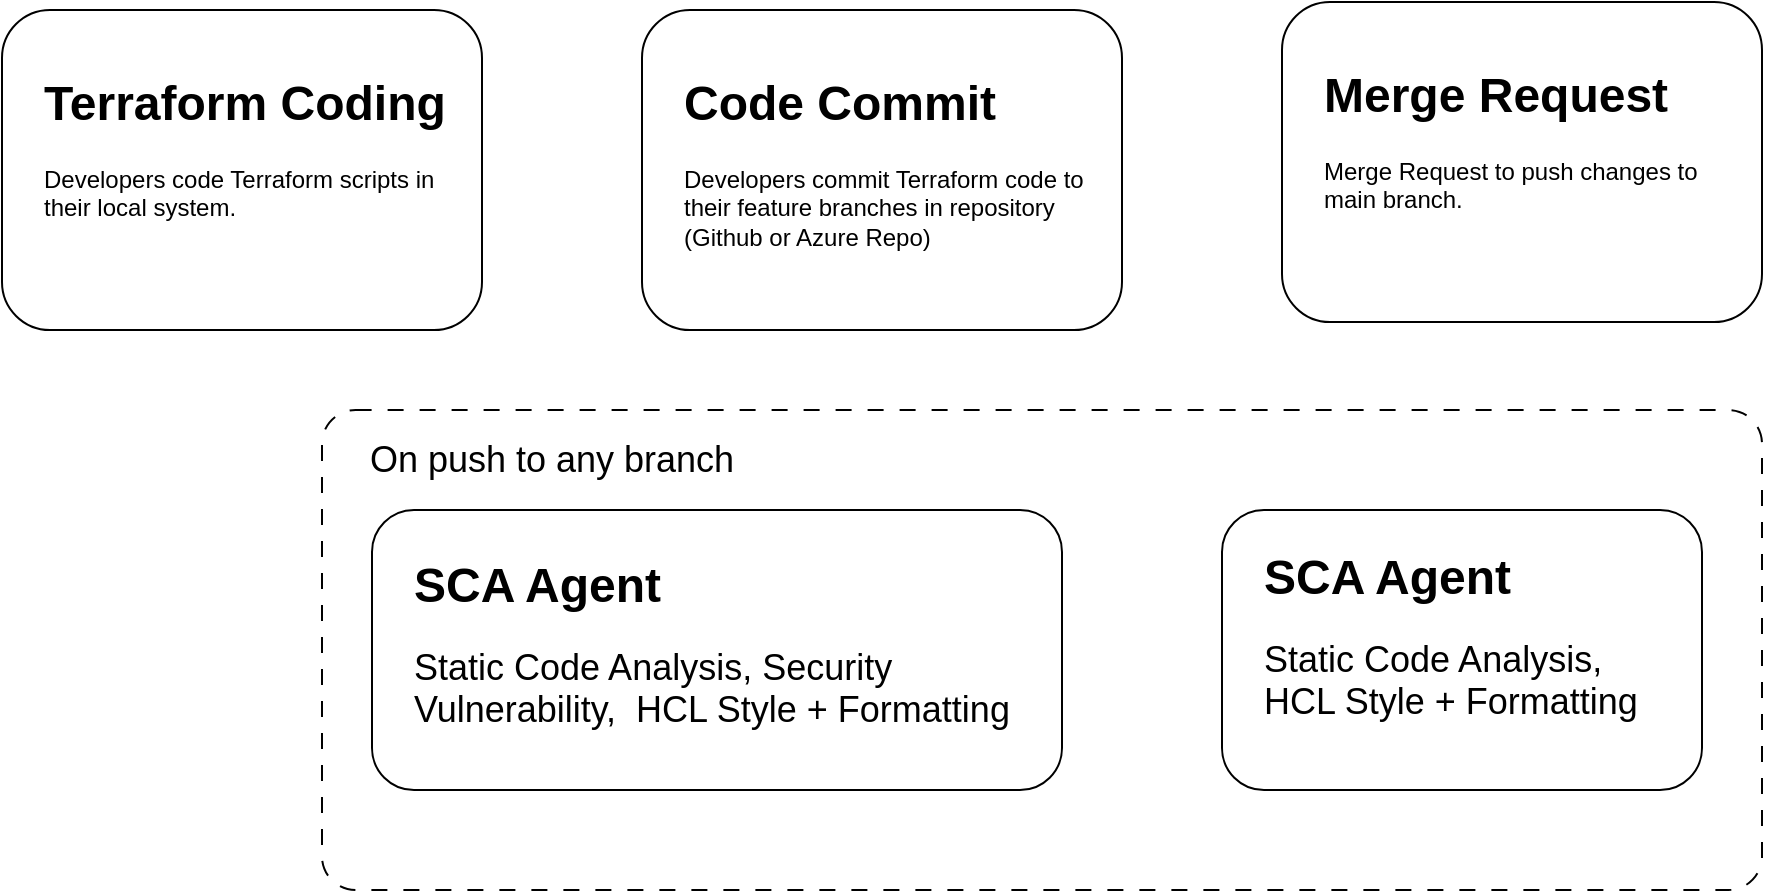
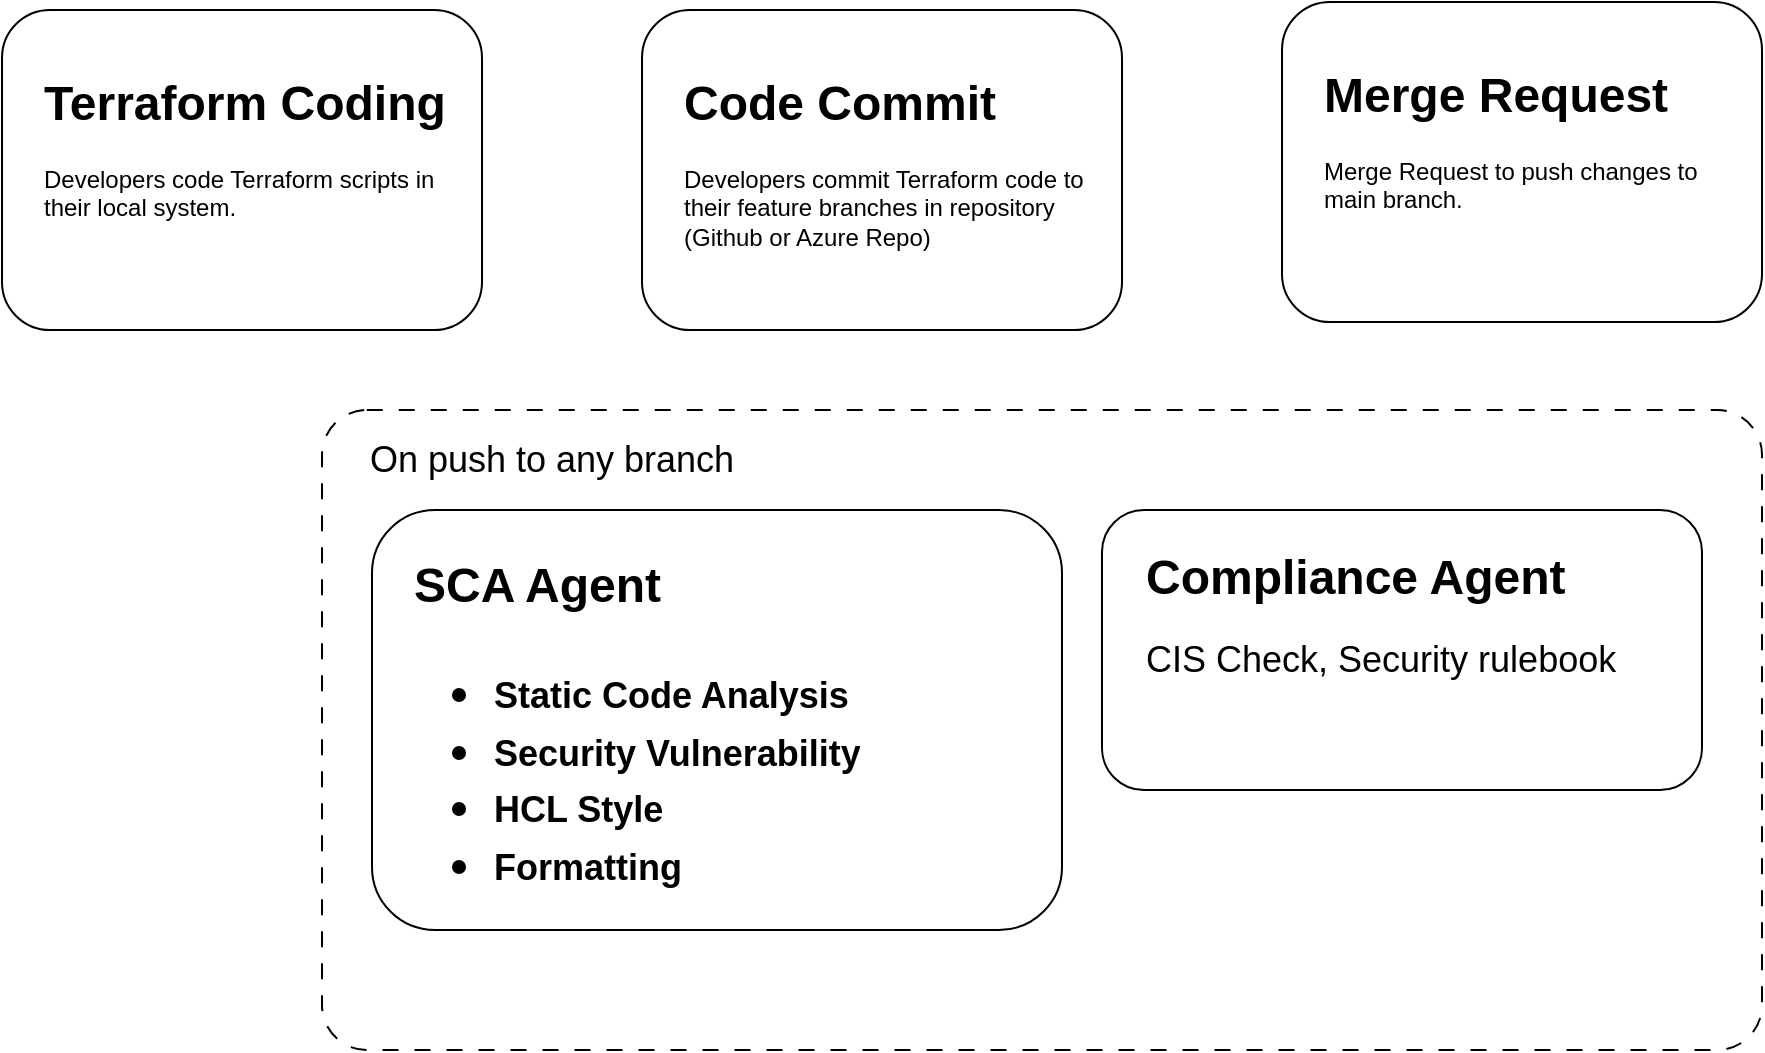
<mxfile host="app.diagrams.net">
  <diagram name="Page-1" id="llQ14HlxIDWXj9B5HY60">
    <mxGraphModel dx="1006" dy="638" grid="1" gridSize="10" guides="1" tooltips="1" connect="1" arrows="1" fold="1" page="1" pageScale="1" pageWidth="850" pageHeight="1100" math="0" shadow="0">
      <root>
        <mxCell id="0" />
        <mxCell id="1" parent="0" />
        <mxCell id="oJW8UGhNAXkty13G2p3x-1" parent="1" style="rounded=1;whiteSpace=wrap;html=1;" value="" vertex="1">
          <mxGeometry height="160" width="240" x="440" y="200" as="geometry" />
        </mxCell>
        <mxCell id="oJW8UGhNAXkty13G2p3x-3" parent="1" style="text;html=1;whiteSpace=wrap;overflow=hidden;rounded=0;" value="&lt;h1 style=&quot;margin-top: 0px;&quot;&gt;Code Commit&lt;/h1&gt;&lt;p&gt;Developers commit Terraform code to their feature branches in repository (Github or Azure Repo)&lt;/p&gt;" vertex="1">
          <mxGeometry height="100" width="210" x="459" y="226" as="geometry" />
        </mxCell>
        <mxCell id="IWc9zJM8tDhvkjJ2dRjy-1" parent="1" style="rounded=1;whiteSpace=wrap;html=1;" value="" vertex="1">
          <mxGeometry height="160" width="240" x="760" y="196" as="geometry" />
        </mxCell>
        <mxCell id="IWc9zJM8tDhvkjJ2dRjy-2" parent="1" style="text;html=1;whiteSpace=wrap;overflow=hidden;rounded=0;" value="&lt;h1 style=&quot;margin-top: 0px;&quot;&gt;Merge Request&lt;/h1&gt;&lt;p&gt;Merge Request to push changes to main branch.&lt;/p&gt;" vertex="1">
          <mxGeometry height="100" width="210" x="779" y="222" as="geometry" />
        </mxCell>
        <mxCell id="IWc9zJM8tDhvkjJ2dRjy-3" parent="1" style="rounded=1;whiteSpace=wrap;html=1;" value="" vertex="1">
          <mxGeometry height="160" width="240" x="120" y="200" as="geometry" />
        </mxCell>
        <mxCell id="IWc9zJM8tDhvkjJ2dRjy-4" parent="1" style="text;html=1;whiteSpace=wrap;overflow=hidden;rounded=0;" value="&lt;h1 style=&quot;margin-top: 0px;&quot;&gt;Terraform Coding&lt;/h1&gt;&lt;p&gt;Developers code Terraform scripts in their local system.&lt;/p&gt;" vertex="1">
          <mxGeometry height="100" width="210" x="139" y="226" as="geometry" />
        </mxCell>
        <mxCell id="IWc9zJM8tDhvkjJ2dRjy-5" parent="1" style="rounded=1;whiteSpace=wrap;html=1;arcSize=7;dashed=1;dashPattern=8 8;" value="" vertex="1">
-           <mxGeometry height="240" width="720" x="280" y="400" as="geometry" />
+           <mxGeometry height="320" width="720" x="280" y="400" as="geometry" />
        </mxCell>
        <mxCell id="IWc9zJM8tDhvkjJ2dRjy-6" parent="1" style="text;html=1;whiteSpace=wrap;strokeColor=none;fillColor=none;align=center;verticalAlign=middle;rounded=0;" value="&lt;font style=&quot;font-size: 18px;&quot;&gt;On push to any branch&lt;/font&gt;" vertex="1">
          <mxGeometry height="30" width="210" x="290" y="410" as="geometry" />
        </mxCell>
        <mxCell id="IWc9zJM8tDhvkjJ2dRjy-7" parent="1" style="rounded=1;whiteSpace=wrap;html=1;" value="" vertex="1">
-           <mxGeometry height="140" width="345" x="305" y="450" as="geometry" />
+           <mxGeometry height="210" width="345" x="305" y="450" as="geometry" />
        </mxCell>
-         <mxCell id="IWc9zJM8tDhvkjJ2dRjy-8" parent="1" style="text;html=1;whiteSpace=wrap;overflow=hidden;rounded=0;" value="&lt;h1 style=&quot;margin-top: 0px;&quot;&gt;SCA Agent&lt;/h1&gt;&lt;h1 style=&quot;margin-top: 0px;&quot;&gt;&lt;p style=&quot;font-size: 12px; font-weight: 400;&quot;&gt;&lt;span style=&quot;font-size: 18px;&quot;&gt;Static Code Analysis, Security Vulnerability,&amp;nbsp; HCL Style + Formatting&lt;/span&gt;&lt;/p&gt;&lt;/h1&gt;" vertex="1">
-           <mxGeometry height="99" width="306" x="324" y="467" as="geometry" />
+         <mxCell id="IWc9zJM8tDhvkjJ2dRjy-8" parent="1" style="text;html=1;whiteSpace=wrap;overflow=hidden;rounded=0;" value="&lt;h1 style=&quot;margin-top: 0px;&quot;&gt;SCA Agent&lt;/h1&gt;&lt;h1 style=&quot;margin-top: 0px;&quot;&gt;&lt;p style=&quot;font-size: 12px; font-weight: 400;&quot;&gt;&lt;/p&gt;&lt;ul&gt;&lt;li&gt;&lt;span style=&quot;font-size: 18px;&quot;&gt;Static Code Analysis&lt;/span&gt;&lt;/li&gt;&lt;li&gt;&lt;span style=&quot;font-size: 18px;&quot;&gt;Security Vulnerability&lt;/span&gt;&lt;/li&gt;&lt;li&gt;&lt;span style=&quot;font-size: 18px;&quot;&gt;HCL Style&lt;/span&gt;&lt;/li&gt;&lt;li&gt;&lt;span style=&quot;font-size: 18px;&quot;&gt;Formatting&lt;/span&gt;&lt;/li&gt;&lt;/ul&gt;&lt;p&gt;&lt;/p&gt;&lt;/h1&gt;" vertex="1">
+           <mxGeometry height="183" width="306" x="324" y="467" as="geometry" />
        </mxCell>
        <mxCell id="IWc9zJM8tDhvkjJ2dRjy-9" parent="1" style="rounded=1;whiteSpace=wrap;html=1;" value="" vertex="1">
-           <mxGeometry height="140" width="240" x="730" y="450" as="geometry" />
+           <mxGeometry height="140" width="300" x="670" y="450" as="geometry" />
        </mxCell>
-         <mxCell id="IWc9zJM8tDhvkjJ2dRjy-10" parent="1" style="text;html=1;whiteSpace=wrap;overflow=hidden;rounded=0;" value="&lt;h1 style=&quot;margin-top: 0px;&quot;&gt;SCA Agent&lt;/h1&gt;&lt;p&gt;&lt;span style=&quot;font-size: 18px;&quot;&gt;Static Code Analysis, HCL Style + Formatting&lt;/span&gt;&lt;/p&gt;" vertex="1">
-           <mxGeometry height="99" width="210" x="749" y="463" as="geometry" />
+         <mxCell id="IWc9zJM8tDhvkjJ2dRjy-10" parent="1" style="text;html=1;whiteSpace=wrap;overflow=hidden;rounded=0;" value="&lt;h1 style=&quot;margin-top: 0px;&quot;&gt;Compliance Agent&lt;/h1&gt;&lt;p&gt;&lt;span style=&quot;font-size: 18px;&quot;&gt;CIS Check, Security rulebook&lt;/span&gt;&lt;/p&gt;" vertex="1">
+           <mxGeometry height="99" width="269" x="690" y="463" as="geometry" />
        </mxCell>
      </root>
    </mxGraphModel>
  </diagram>
</mxfile>
